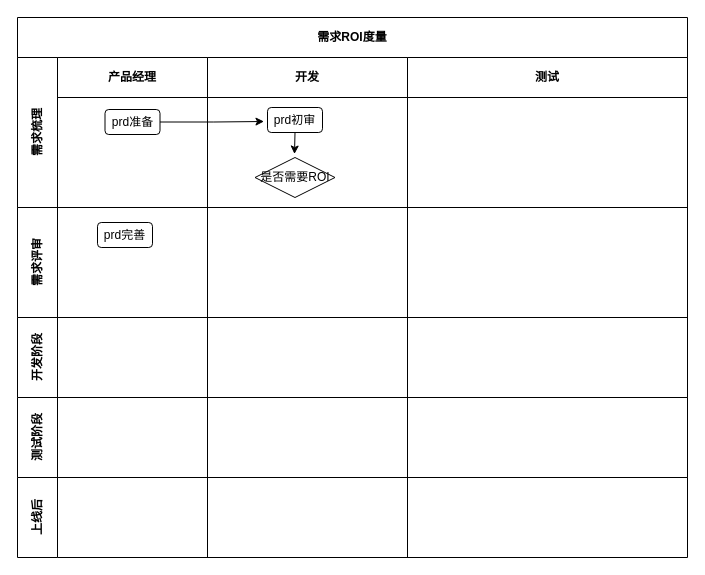
This is page "职能流程图" (2 of 3) of 需求ROI评估.drawio from lihongliang1989/diagram, a draw.io file, before an edit. Source tidied: cells renumbered, new cells numbered last; positions are measured from the earlier drawing's top-left corner, leaving out a move shared by most shapes. Both pictures are drawn from the tidied source at 100%, with x=0, y=0 at pixel (17, 17).
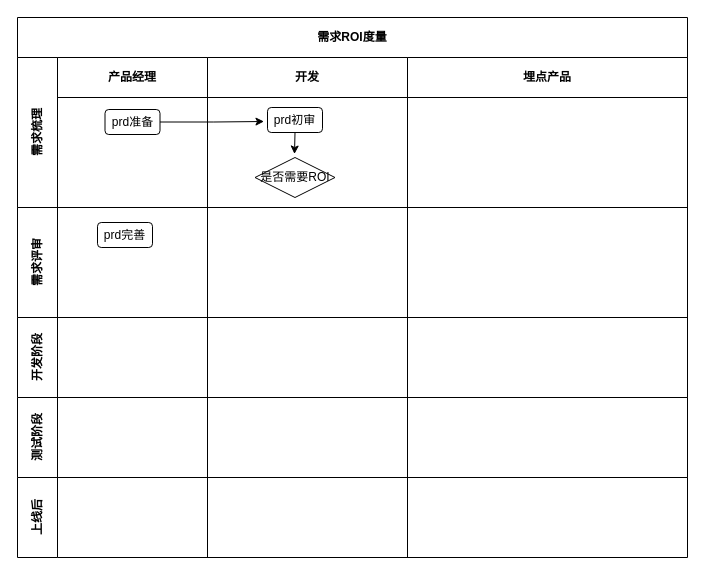
The same diagram, later.

The change refers to these unchanged cells:
```xml
<mxCell id="3" value="需求梳理" style="swimlane;horizontal=0;startSize=40;html=1;whiteSpace=wrap;" parent="2" vertex="1">
  <mxGeometry y="40" width="670" height="150" as="geometry" />
</mxCell>
```

What changed in the source:
```diff
@@
-    <mxCell id="10" value="测试" style="swimlane;startSize=40;html=1;whiteSpace=wrap;" parent="3" vertex="1">
+    <mxCell id="10" value="埋点产品" style="swimlane;startSize=40;html=1;whiteSpace=wrap;" parent="3" vertex="1">
       <mxGeometry x="390" width="280" height="150" as="geometry" />
     </mxCell>
```
